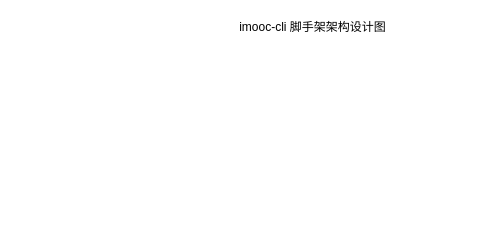
The draw.io diagram Untitled Diagram.drawio in TaylorDurden/diagrams, before the edit. Source tidied: cells renumbered, new cells numbered last; positions are measured from the earlier drawing's top-left corner, leaving out a move shared by most shapes. Both pictures are drawn from the tidied source at 100%, with x=0, y=0 at pixel (232, 17).
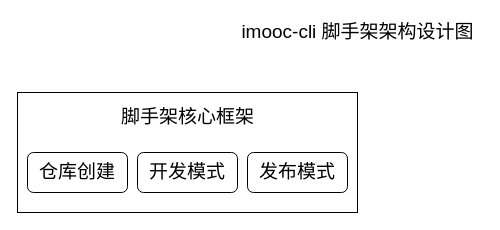
After the change.

Diff of the diagram source:
```diff
@@
 <mxGraphModel>
   <root>
     <mxCell id="0" />
     <mxCell id="1" parent="0" />
-    <mxCell id="2" value="imooc-cli 脚手架架构设计图&lt;br&gt;" style="text;html=1;align=center;verticalAlign=middle;fillColor=none;strokeColor=none;rounded=0;" parent="1" vertex="1">
-      <mxGeometry width="160" height="20" as="geometry" />
+    <mxCell id="2" value="imooc-cli 脚手架架构设计图&lt;br style=&quot;font-size: 19px;&quot;&gt;" style="text;html=1;align=center;verticalAlign=middle;fillColor=none;strokeColor=none;rounded=0;strokeWidth=1;fontSize=19;" parent="1" vertex="1">
+      <mxGeometry width="250" height="30" as="geometry" />
     </mxCell>
+    <mxCell id="3" style="rounded=0;whiteSpace=wrap;html=1;fontSize=19;strokeWidth=1;horizontal=1;spacingTop=0;spacingBottom=0;spacingLeft=0;align=center;" parent="1" vertex="1">
+      <mxGeometry x="-215" y="75" width="340" height="120" as="geometry" />
+    </mxCell>
+    <mxCell id="4" value="脚手架核心框架" style="text;html=1;align=center;verticalAlign=middle;fillColor=none;strokeColor=none;rounded=0;fontSize=19;" parent="1" vertex="1">
+      <mxGeometry x="-120" y="85" width="150" height="30" as="geometry" />
+    </mxCell>
+    <mxCell id="5" value="仓库创建" style="rounded=1;whiteSpace=wrap;html=1;fontSize=19;strokeWidth=1;align=center;" parent="1" vertex="1">
+      <mxGeometry x="-205" y="135" width="100" height="40" as="geometry" />
+    </mxCell>
+    <mxCell id="6" value="开发模式" style="rounded=1;whiteSpace=wrap;html=1;fontSize=19;strokeWidth=1;align=center;" parent="1" vertex="1">
+      <mxGeometry x="-95" y="135" width="100" height="40" as="geometry" />
+    </mxCell>
+    <mxCell id="7" value="发布模式" style="rounded=1;whiteSpace=wrap;html=1;fontSize=19;strokeWidth=1;align=center;" parent="1" vertex="1">
+      <mxGeometry x="15" y="135" width="100" height="40" as="geometry" />
+    </mxCell>
   </root>
 </mxGraphModel>
```
